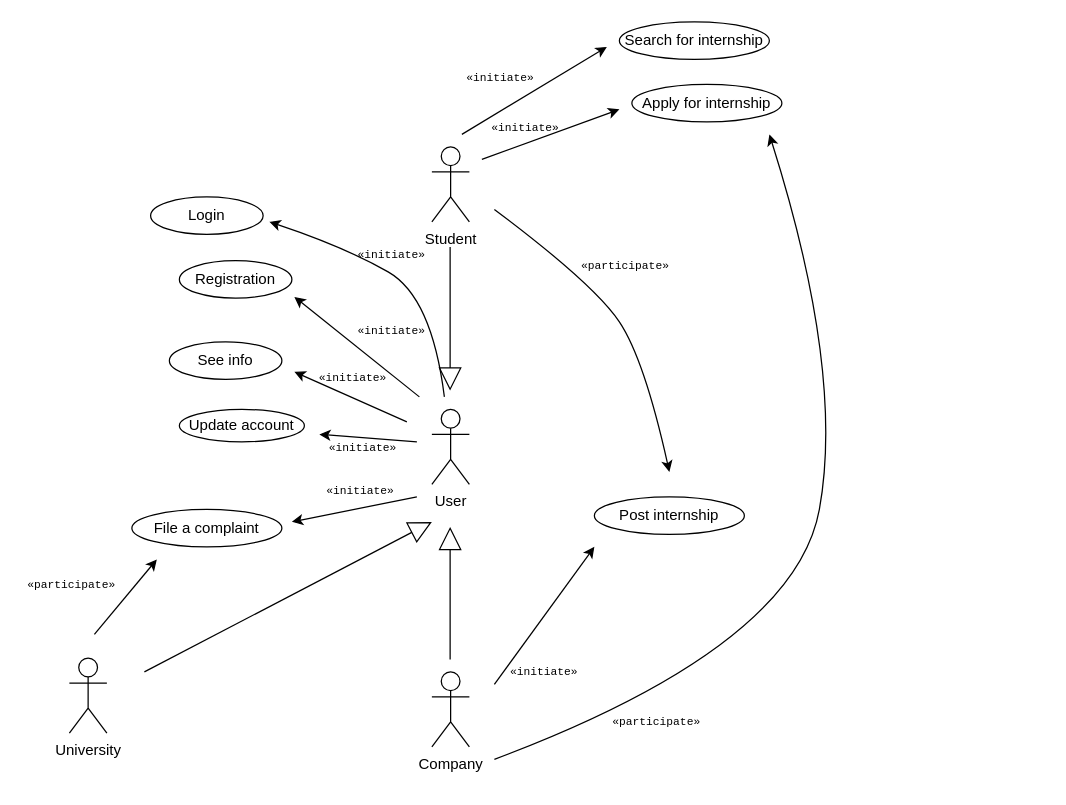
This is RASD/Misc/Use_case_diagram.drawio from Zero3474/AlkhetiarBonardi, a draw.io file, before an edit. Source tidied: cells renumbered, new cells numbered last; positions are measured from the earlier drawing's top-left corner, leaving out a move shared by most shapes. Both pictures are drawn from the tidied source at 125%, with x=0, y=0 at pixel (21, 21).
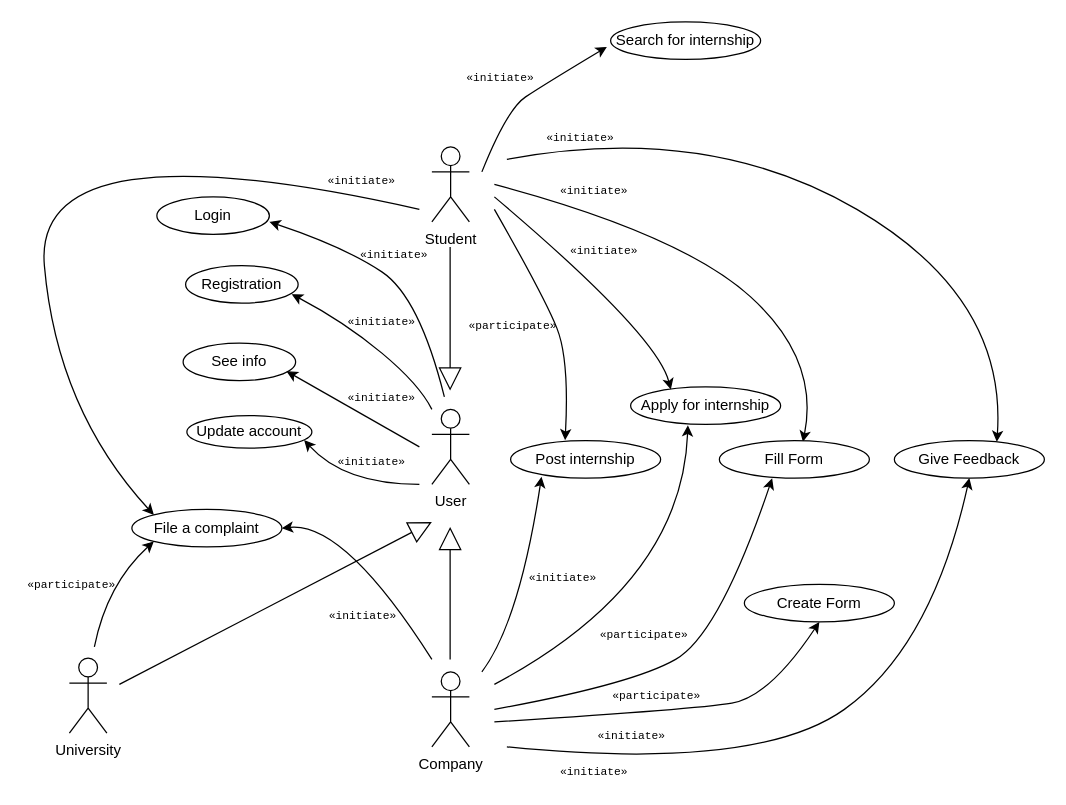
The same page after the edit.

Commit message (it also covers changes not shown here):
Updated use case diagram and alloy analysis

Unchanged cells that the change refers to:
```xml
<mxCell id="27" value="File a complaint" style="ellipse;whiteSpace=wrap;html=1;" parent="1" vertex="1">
  <mxGeometry x="88" y="390" width="120" height="30" as="geometry" />
</mxCell>
```

The edit, as a diff of the source:
```diff
@@
     <mxCell id="4" value="Login" style="ellipse;whiteSpace=wrap;html=1;flipV=0;flipH=1;" parent="1" vertex="1">
-      <mxGeometry x="103" y="140" width="90" height="30" as="geometry" />
+      <mxGeometry x="108" y="140" width="90" height="30" as="geometry" />
     </mxCell>
@@
     <mxCell id="6" value="Registration" style="ellipse;whiteSpace=wrap;html=1;flipV=0;flipH=1;" parent="1" vertex="1">
-      <mxGeometry x="126" y="191" width="90" height="30" as="geometry" />
+      <mxGeometry x="131" y="195" width="90" height="30" as="geometry" />
     </mxCell>
     <mxCell id="7" value="See info" style="ellipse;whiteSpace=wrap;html=1;flipV=0;flipH=1;" parent="1" vertex="1">
-      <mxGeometry x="118" y="256" width="90" height="30" as="geometry" />
+      <mxGeometry x="129" y="257" width="90" height="30" as="geometry" />
     </mxCell>
-    <mxCell id="8" style="endArrow=classic;html=1;rounded=0;" parent="1" edge="1">
-      <mxGeometry relative="1" as="geometry">
-        <mxPoint x="318" y="300" as="sourcePoint" />
-        <mxPoint x="218" y="220" as="targetPoint" />
-      </mxGeometry>
-    </mxCell>
-    <mxCell id="9" style="endArrow=classic;html=1;rounded=0;" parent="1" edge="1">
-      <mxGeometry relative="1" as="geometry">
-        <mxPoint x="308" y="320" as="sourcePoint" />
-        <mxPoint x="218" y="280" as="targetPoint" />
-      </mxGeometry>
-    </mxCell>
     <mxCell id="10" value="&lt;code style=&quot;font-size: 9px;&quot;&gt;«initiate»&lt;/code&gt;" style="text;html=1;align=center;verticalAlign=middle;whiteSpace=wrap;rounded=0;fontSize=9;flipV=0;flipH=1;" parent="1" vertex="1">
-      <mxGeometry x="271" y="181" width="50" height="10" as="geometry" />
+      <mxGeometry x="273" y="181" width="50" height="10" as="geometry" />
     </mxCell>
     <mxCell id="11" value="&lt;code style=&quot;font-size: 9px;&quot;&gt;«initiate»&lt;/code&gt;" style="text;html=1;align=center;verticalAlign=middle;whiteSpace=wrap;rounded=0;fontSize=9;flipV=0;flipH=1;" parent="1" vertex="1">
-      <mxGeometry x="271" y="242" width="50" height="10" as="geometry" />
+      <mxGeometry x="263" y="235" width="50" height="10" as="geometry" />
     </mxCell>
     <mxCell id="12" value="&lt;code style=&quot;font-size: 9px;&quot;&gt;«initiate»&lt;/code&gt;" style="text;html=1;align=center;verticalAlign=middle;whiteSpace=wrap;rounded=0;fontSize=9;flipV=0;flipH=1;" parent="1" vertex="1">
-      <mxGeometry x="240" y="280" width="50" height="10" as="geometry" />
+      <mxGeometry x="263" y="296" width="50" height="10" as="geometry" />
     </mxCell>
@@
     <mxCell id="15" value="Search for internship" style="ellipse;whiteSpace=wrap;html=1;" parent="1" vertex="1">
-      <mxGeometry x="478" width="120" height="30" as="geometry" />
+      <mxGeometry x="471" width="120" height="30" as="geometry" />
     </mxCell>
-    <mxCell id="16" style="endArrow=classic;html=1;rounded=0;" parent="1" edge="1">
-      <mxGeometry relative="1" as="geometry">
-        <mxPoint x="368" y="110" as="sourcePoint" />
-        <mxPoint x="478" y="70" as="targetPoint" />
-      </mxGeometry>
-    </mxCell>
     <mxCell id="17" value="&lt;code style=&quot;font-size: 9px;&quot;&gt;«initiate»&lt;/code&gt;" style="text;html=1;align=center;verticalAlign=middle;whiteSpace=wrap;rounded=0;fontSize=9;" parent="1" vertex="1">
-      <mxGeometry x="378" y="80" width="50" height="10" as="geometry" />
+      <mxGeometry x="441" y="178" width="50" height="10" as="geometry" />
     </mxCell>
     <mxCell id="18" value="Apply for internship" style="ellipse;whiteSpace=wrap;html=1;" parent="1" vertex="1">
-      <mxGeometry x="488" y="50" width="120" height="30" as="geometry" />
+      <mxGeometry x="487" y="292" width="120" height="30" as="geometry" />
     </mxCell>
-    <mxCell id="19" style="endArrow=classic;html=1;rounded=0;" parent="1" edge="1">
-      <mxGeometry relative="1" as="geometry">
-        <mxPoint x="352" y="90" as="sourcePoint" />
-        <mxPoint x="468" y="20" as="targetPoint" />
-      </mxGeometry>
-    </mxCell>
@@
-    <mxCell id="21" style="endArrow=classic;html=1;rounded=0;" parent="1" edge="1">
-      <mxGeometry relative="1" as="geometry">
-        <mxPoint x="316" y="336" as="sourcePoint" />
-        <mxPoint x="238" y="330" as="targetPoint" />
-      </mxGeometry>
-    </mxCell>
     <mxCell id="22" value="&lt;code style=&quot;font-size: 9px;&quot;&gt;«initiate»&lt;/code&gt;" style="text;html=1;align=center;verticalAlign=middle;whiteSpace=wrap;rounded=0;fontSize=9;flipV=0;flipH=1;" parent="1" vertex="1">
-      <mxGeometry x="248" y="336" width="50" height="10" as="geometry" />
+      <mxGeometry x="255" y="347" width="50" height="10" as="geometry" />
     </mxCell>
     <mxCell id="23" value="Update account" style="ellipse;whiteSpace=wrap;html=1;flipV=0;flipH=1;" parent="1" vertex="1">
-      <mxGeometry x="126" y="310" width="100" height="26" as="geometry" />
+      <mxGeometry x="132" y="315" width="100" height="26" as="geometry" />
     </mxCell>
@@
-    <mxCell id="25" style="endArrow=classic;html=1;rounded=0;" parent="1" edge="1">
-      <mxGeometry relative="1" as="geometry">
-        <mxPoint x="316" y="380" as="sourcePoint" />
-        <mxPoint x="216" y="400" as="targetPoint" />
-      </mxGeometry>
-    </mxCell>
     <mxCell id="26" value="&lt;code style=&quot;font-size: 9px;&quot;&gt;«initiate»&lt;/code&gt;" style="text;html=1;align=center;verticalAlign=middle;whiteSpace=wrap;rounded=0;fontSize=9;" parent="1" vertex="1">
-      <mxGeometry x="246" y="370" width="50" height="10" as="geometry" />
+      <mxGeometry x="248" y="470" width="50" height="10" as="geometry" />
     </mxCell>
@@
-    <mxCell id="28" style="endArrow=classic;html=1;rounded=0;" parent="1" edge="1">
-      <mxGeometry relative="1" as="geometry">
-        <mxPoint x="58" y="490" as="sourcePoint" />
-        <mxPoint x="108" y="430" as="targetPoint" />
-      </mxGeometry>
-    </mxCell>
@@
     <mxCell id="30" value="Post internship" style="ellipse;whiteSpace=wrap;html=1;" parent="1" vertex="1">
-      <mxGeometry x="458" y="380" width="120" height="30" as="geometry" />
+      <mxGeometry x="391" y="335" width="120" height="30" as="geometry" />
     </mxCell>
-    <mxCell id="31" style="endArrow=classic;html=1;rounded=0;" parent="1" edge="1">
-      <mxGeometry relative="1" as="geometry">
-        <mxPoint x="378" y="530" as="sourcePoint" />
-        <mxPoint x="458" y="420" as="targetPoint" />
-      </mxGeometry>
-    </mxCell>
     <mxCell id="32" value="&lt;code style=&quot;font-size: 9px;&quot;&gt;«initiate»&lt;/code&gt;" style="text;html=1;align=center;verticalAlign=middle;whiteSpace=wrap;rounded=0;fontSize=9;" parent="1" vertex="1">
-      <mxGeometry x="393" y="515" width="50" height="10" as="geometry" />
+      <mxGeometry x="408" y="440" width="50" height="10" as="geometry" />
     </mxCell>
-    <mxCell id="33" style="curved=1;endArrow=classic;html=1;rounded=0;" parent="1" edge="1">
+    <mxCell id="33" style="curved=1;endArrow=classic;html=1;rounded=0;entryX=0.382;entryY=1.024;entryDx=0;entryDy=0;entryPerimeter=0;" parent="1" edge="1" target="18">
       <mxGeometry relative="1" as="geometry">
-        <mxPoint x="378" y="590" as="sourcePoint" />
-        <mxPoint x="598" y="90" as="targetPoint" />
+        <mxPoint x="378" y="530" as="sourcePoint" />
         <Array as="points">
-          <mxPoint x="618" y="500" />
-          <mxPoint x="658" y="280" />
+          <mxPoint x="528" y="450" />
         </Array>
       </mxGeometry>
     </mxCell>
     <mxCell id="34" value="&lt;code style=&quot;font-size: 9px;&quot;&gt;«participate»&lt;/code&gt;" style="text;html=1;align=center;verticalAlign=middle;whiteSpace=wrap;rounded=0;fontSize=9;" parent="1" vertex="1">
-      <mxGeometry x="468" y="550" width="80" height="19" as="geometry" />
+      <mxGeometry x="458" y="480" width="80" height="19" as="geometry" />
     </mxCell>
-    <mxCell id="35" style="curved=1;endArrow=classic;html=1;rounded=0;" parent="1" edge="1">
+    <mxCell id="35" style="curved=1;endArrow=classic;html=1;rounded=0;entryX=0.363;entryY=-0.01;entryDx=0;entryDy=0;entryPerimeter=0;" parent="1" edge="1" target="30">
       <mxGeometry relative="1" as="geometry">
         <mxPoint x="378" y="150" as="sourcePoint" />
-        <mxPoint x="518" y="360" as="targetPoint" />
         <Array as="points">
-          <mxPoint x="458" y="210" />
-          <mxPoint x="498" y="270" />
+          <mxPoint x="418" y="220" />
+          <mxPoint x="438" y="270" />
         </Array>
       </mxGeometry>
     </mxCell>
     <mxCell id="36" value="&lt;code style=&quot;font-size: 9px;&quot;&gt;«participate»&lt;/code&gt;" style="text;html=1;align=center;verticalAlign=middle;whiteSpace=wrap;rounded=0;fontSize=9;" parent="1" vertex="1">
-      <mxGeometry x="443" y="185" width="80" height="19" as="geometry" />
+      <mxGeometry x="353" y="233" width="80" height="19" as="geometry" />
     </mxCell>
     <mxCell id="37" style="curved=1;endArrow=classic;html=1;rounded=0;" parent="1" edge="1">
       <mxGeometry relative="1" as="geometry">
         <mxPoint x="338" y="300" as="sourcePoint" />
         <mxPoint x="198" y="160" as="targetPoint" />
         <Array as="points">
-          <mxPoint x="328" y="220" />
+          <mxPoint x="318" y="220" />
           <mxPoint x="258" y="180" />
         </Array>
       </mxGeometry>
     </mxCell>
     <mxCell id="38" style="endArrow=block;endSize=16;endFill=0;html=1;rounded=0;" parent="1" edge="1">
       <mxGeometry relative="1" as="geometry">
-        <mxPoint x="98" y="520" as="sourcePoint" />
+        <mxPoint x="78" y="530" as="sourcePoint" />
         <mxPoint x="328" y="400" as="targetPoint" />
       </mxGeometry>
     </mxCell>
+    <mxCell id="39" style="curved=1;endArrow=classic;html=1;rounded=0;entryX=0.268;entryY=0.071;entryDx=0;entryDy=0;entryPerimeter=0;" parent="1" edge="1" target="18">
+      <mxGeometry relative="1" as="geometry">
+        <mxPoint x="378" y="140" as="sourcePoint" />
+        <Array as="points">
+          <mxPoint x="508" y="250" />
+        </Array>
+      </mxGeometry>
+    </mxCell>
+    <mxCell id="40" style="curved=1;endArrow=classic;html=1;rounded=0;entryX=0.206;entryY=0.962;entryDx=0;entryDy=0;entryPerimeter=0;" parent="1" edge="1" target="30">
+      <mxGeometry relative="1" as="geometry">
+        <mxPoint x="368" y="520" as="sourcePoint" />
+        <Array as="points">
+          <mxPoint x="398" y="480" />
+        </Array>
+      </mxGeometry>
+    </mxCell>
+    <mxCell id="41" style="curved=1;endArrow=classic;html=1;rounded=0;entryX=0.557;entryY=0.033;entryDx=0;entryDy=0;entryPerimeter=0;" parent="1" edge="1" target="43">
+      <mxGeometry relative="1" as="geometry">
+        <mxPoint x="378" y="130" as="sourcePoint" />
+        <Array as="points">
+          <mxPoint x="528" y="170" />
+          <mxPoint x="638" y="270" />
+        </Array>
+      </mxGeometry>
+    </mxCell>
+    <mxCell id="42" value="&lt;code style=&quot;font-size: 9px;&quot;&gt;«initiate»&lt;/code&gt;" style="text;html=1;align=center;verticalAlign=middle;whiteSpace=wrap;rounded=0;fontSize=9;" parent="1" vertex="1">
+      <mxGeometry x="433" y="130" width="50" height="10" as="geometry" />
+    </mxCell>
+    <mxCell id="43" value="Fill Form" style="ellipse;whiteSpace=wrap;html=1;" parent="1" vertex="1">
+      <mxGeometry x="558" y="335" width="120" height="30" as="geometry" />
+    </mxCell>
+    <mxCell id="44" style="curved=1;endArrow=classic;html=1;rounded=0;entryX=0.352;entryY=1.005;entryDx=0;entryDy=0;entryPerimeter=0;" parent="1" edge="1" target="43">
+      <mxGeometry relative="1" as="geometry">
+        <mxPoint x="378" y="550" as="sourcePoint" />
+        <Array as="points">
+          <mxPoint x="488" y="530" />
+          <mxPoint x="558" y="490" />
+        </Array>
+      </mxGeometry>
+    </mxCell>
+    <mxCell id="45" value="&lt;code style=&quot;font-size: 9px;&quot;&gt;«participate»&lt;/code&gt;" style="text;html=1;align=center;verticalAlign=middle;whiteSpace=wrap;rounded=0;fontSize=9;" parent="1" vertex="1">
+      <mxGeometry x="468" y="529.5" width="80" height="19" as="geometry" />
+    </mxCell>
+    <mxCell id="46" style="curved=1;endArrow=classic;html=1;rounded=0;" parent="1" edge="1">
+      <mxGeometry relative="1" as="geometry">
+        <mxPoint x="368" y="120" as="sourcePoint" />
+        <mxPoint x="468" y="20" as="targetPoint" />
+        <Array as="points">
+          <mxPoint x="388" y="70" />
+          <mxPoint x="418" y="50" />
+        </Array>
+      </mxGeometry>
+    </mxCell>
+    <mxCell id="47" style="curved=1;endArrow=classic;html=1;rounded=0;entryX=1;entryY=0.5;entryDx=0;entryDy=0;" parent="1" edge="1" target="27">
+      <mxGeometry relative="1" as="geometry">
+        <mxPoint x="328" y="510" as="sourcePoint" />
+        <Array as="points">
+          <mxPoint x="258" y="400" />
+        </Array>
+      </mxGeometry>
+    </mxCell>
+    <mxCell id="48" style="curved=1;endArrow=classic;html=1;rounded=0;entryX=0;entryY=1;entryDx=0;entryDy=0;" parent="1" edge="1" target="27">
+      <mxGeometry relative="1" as="geometry">
+        <mxPoint x="58" y="500" as="sourcePoint" />
+        <Array as="points">
+          <mxPoint x="68" y="450" />
+        </Array>
+      </mxGeometry>
+    </mxCell>
+    <mxCell id="49" value="&lt;code style=&quot;font-size: 9px;&quot;&gt;«initiate»&lt;/code&gt;" style="text;html=1;align=center;verticalAlign=middle;whiteSpace=wrap;rounded=0;fontSize=9;flipV=0;flipH=1;" parent="1" vertex="1">
+      <mxGeometry x="247" y="122" width="50" height="10" as="geometry" />
+    </mxCell>
+    <mxCell id="50" style="curved=1;endArrow=classic;html=1;rounded=0;entryX=0;entryY=0;entryDx=0;entryDy=0;" parent="1" edge="1" target="27">
+      <mxGeometry relative="1" as="geometry">
+        <mxPoint x="318" y="150" as="sourcePoint" />
+        <Array as="points">
+          <mxPoint x="8" y="80" />
+          <mxPoint x="28" y="310" />
+        </Array>
+      </mxGeometry>
+    </mxCell>
+    <mxCell id="51" style="curved=1;endArrow=classic;html=1;rounded=0;entryX=0.057;entryY=0.761;entryDx=0;entryDy=0;entryPerimeter=0;" parent="1" edge="1" target="6">
+      <mxGeometry relative="1" as="geometry">
+        <mxPoint x="328" y="310" as="sourcePoint" />
+        <Array as="points">
+          <mxPoint x="318" y="290" />
+          <mxPoint x="258" y="240" />
+        </Array>
+      </mxGeometry>
+    </mxCell>
+    <mxCell id="52" style="curved=1;endArrow=classic;html=1;rounded=0;entryX=0.081;entryY=0.75;entryDx=0;entryDy=0;entryPerimeter=0;" parent="1" edge="1" target="7">
+      <mxGeometry relative="1" as="geometry">
+        <mxPoint x="318" y="340" as="sourcePoint" />
+        <Array as="points">
+          <mxPoint x="248" y="300" />
+        </Array>
+      </mxGeometry>
+    </mxCell>
+    <mxCell id="53" style="curved=1;endArrow=classic;html=1;rounded=0;entryX=0.062;entryY=0.75;entryDx=0;entryDy=0;entryPerimeter=0;" parent="1" edge="1" target="23">
+      <mxGeometry relative="1" as="geometry">
+        <mxPoint x="318" y="370" as="sourcePoint" />
+        <Array as="points">
+          <mxPoint x="258" y="370" />
+        </Array>
+      </mxGeometry>
+    </mxCell>
+    <mxCell id="54" value="Create Form" style="ellipse;whiteSpace=wrap;html=1;" parent="1" vertex="1">
+      <mxGeometry x="578" y="450" width="120" height="30" as="geometry" />
+    </mxCell>
+    <mxCell id="55" style="curved=1;endArrow=classic;html=1;rounded=0;entryX=0.5;entryY=1;entryDx=0;entryDy=0;" parent="1" edge="1" target="54">
+      <mxGeometry relative="1" as="geometry">
+        <mxPoint x="378" y="560" as="sourcePoint" />
+        <Array as="points">
+          <mxPoint x="538" y="550" />
+          <mxPoint x="598" y="540" />
+        </Array>
+      </mxGeometry>
+    </mxCell>
+    <mxCell id="56" value="&lt;code style=&quot;font-size: 9px;&quot;&gt;«initiate»&lt;/code&gt;" style="text;html=1;align=center;verticalAlign=middle;whiteSpace=wrap;rounded=0;fontSize=9;" parent="1" vertex="1">
+      <mxGeometry x="448" y="561" width="80" height="19" as="geometry" />
+    </mxCell>
+    <mxCell id="57" style="curved=1;endArrow=classic;html=1;rounded=0;entryX=0.683;entryY=0.033;entryDx=0;entryDy=0;entryPerimeter=0;" parent="1" edge="1" target="59">
+      <mxGeometry relative="1" as="geometry">
+        <mxPoint x="388" y="110" as="sourcePoint" />
+        <Array as="points">
+          <mxPoint x="548" y="80" />
+          <mxPoint x="788" y="220" />
+        </Array>
+      </mxGeometry>
+    </mxCell>
+    <mxCell id="58" value="&lt;code style=&quot;font-size: 9px;&quot;&gt;«initiate»&lt;/code&gt;" style="text;html=1;align=center;verticalAlign=middle;whiteSpace=wrap;rounded=0;fontSize=9;flipV=0;flipH=1;" parent="1" vertex="1">
+      <mxGeometry x="422" y="88" width="50" height="10" as="geometry" />
+    </mxCell>
+    <mxCell id="59" value="&lt;div&gt;Give Feedback&lt;/div&gt;" style="ellipse;whiteSpace=wrap;html=1;" parent="1" vertex="1">
+      <mxGeometry x="698" y="335" width="120" height="30" as="geometry" />
+    </mxCell>
+    <mxCell id="60" style="curved=1;endArrow=classic;html=1;rounded=0;entryX=0.5;entryY=1;entryDx=0;entryDy=0;" parent="1" edge="1" target="59">
+      <mxGeometry relative="1" as="geometry">
+        <mxPoint x="388" y="580" as="sourcePoint" />
+        <Array as="points">
+          <mxPoint x="588" y="600" />
+          <mxPoint x="728" y="500" />
+        </Array>
+      </mxGeometry>
+    </mxCell>
+    <mxCell id="61" value="&lt;code style=&quot;font-size: 9px;&quot;&gt;«initiate»&lt;/code&gt;" style="text;html=1;align=center;verticalAlign=middle;whiteSpace=wrap;rounded=0;fontSize=9;" parent="1" vertex="1">
+      <mxGeometry x="418" y="590" width="80" height="19" as="geometry" />
+    </mxCell>
```
